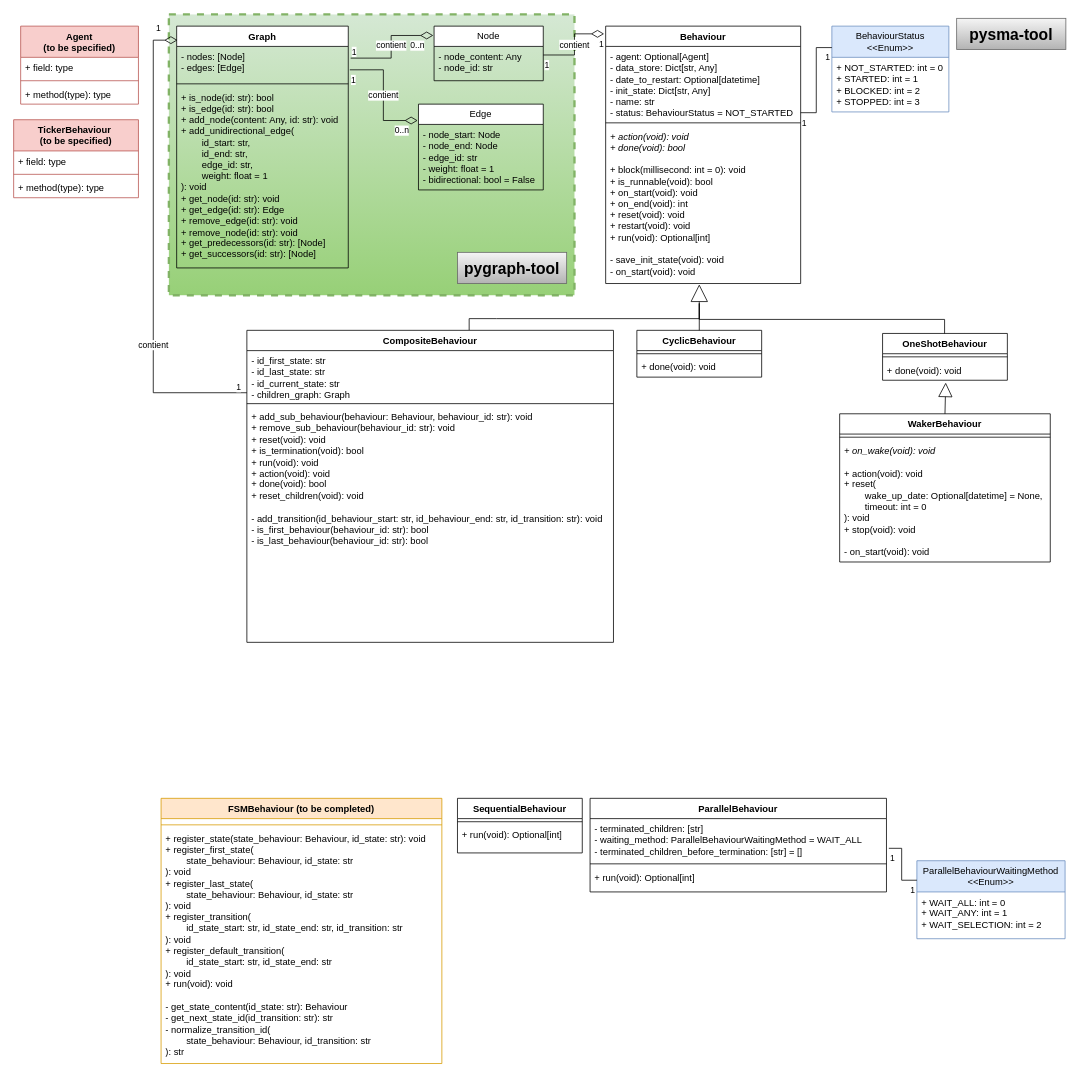
Above: spec_sma.drawio in DevAI-64/pysma-tool (draw.io), before the change. Source tidied: cells renumbered, new cells numbered last; positions are measured from the earlier drawing's top-left corner, leaving out a move shared by most shapes. Both pictures are drawn from the tidied source at 78%, with x=0, y=0 at pixel (13, 14).
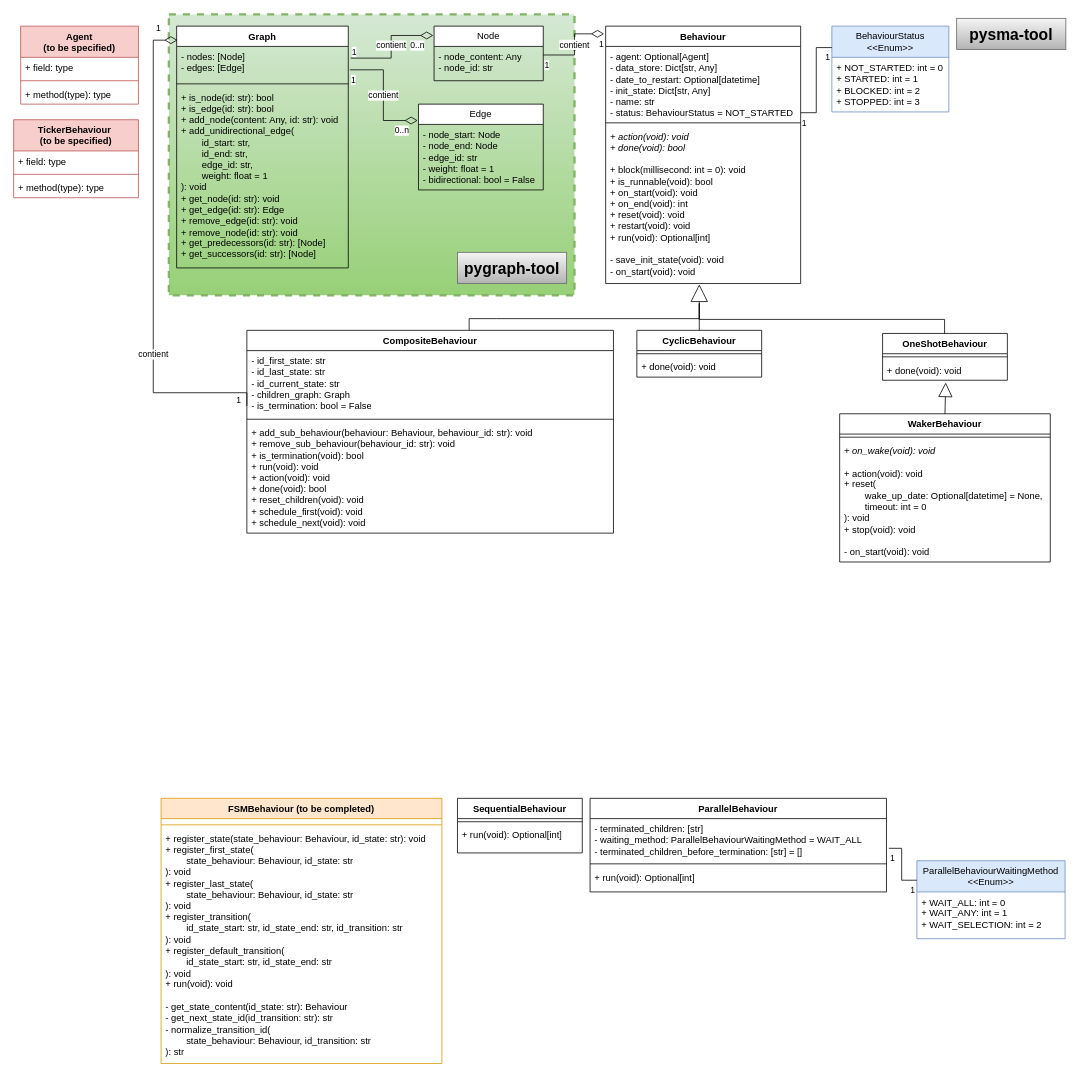
The same page after the edit.

Commit message:
Mettre à jour spec_sma.drawio

Diff of the diagram source:
```diff
@@
     <mxCell id="35" value="CompositeBehaviour" style="swimlane;fontStyle=1;align=center;verticalAlign=top;horizontal=1;startSize=26;whiteSpace=wrap;html=1;rounded=0;" parent="1" vertex="1">
-      <mxGeometry x="299" y="405" width="470" height="400" as="geometry" />
+      <mxGeometry x="299" y="405" width="470" height="260" as="geometry" />
     </mxCell>
-    <mxCell id="36" value="- id_first_state: str&lt;div&gt;- id_last_state: str&lt;/div&gt;&lt;div&gt;- id_current_state: str&lt;/div&gt;&lt;div&gt;- children_graph: Graph&lt;/div&gt;" style="text;strokeColor=none;fillColor=none;align=left;verticalAlign=top;spacingLeft=4;spacingRight=4;overflow=hidden;points=[[0,0.5],[1,0.5]];portConstraint=eastwest;whiteSpace=wrap;html=1;rounded=0;" parent="35" vertex="1">
-      <mxGeometry y="26" width="470" height="64" as="geometry" />
+    <mxCell id="36" value="- id_first_state: str&lt;div&gt;- id_last_state: str&lt;/div&gt;&lt;div&gt;- id_current_state: str&lt;/div&gt;&lt;div&gt;- children_graph: Graph&lt;/div&gt;&lt;div&gt;- is_termination: bool = False&lt;/div&gt;" style="text;strokeColor=none;fillColor=none;align=left;verticalAlign=top;spacingLeft=4;spacingRight=4;overflow=hidden;points=[[0,0.5],[1,0.5]];portConstraint=eastwest;whiteSpace=wrap;html=1;rounded=0;" parent="35" vertex="1">
+      <mxGeometry y="26" width="470" height="84" as="geometry" />
     </mxCell>
     <mxCell id="37" style="line;strokeWidth=1;fillColor=none;align=left;verticalAlign=middle;spacingTop=-1;spacingLeft=3;spacingRight=3;labelPosition=right;strokeColor=inherit;rounded=0;" parent="35" vertex="1">
-      <mxGeometry y="90" width="470" height="8" as="geometry" />
+      <mxGeometry y="110" width="470" height="8" as="geometry" />
     </mxCell>
-    <mxCell id="38" value="&lt;div&gt;&lt;div&gt;+ add_sub_behaviour(&lt;span style=&quot;background-color: initial;&quot;&gt;behaviour: Behaviour,&amp;nbsp;&lt;/span&gt;&lt;span style=&quot;background-color: initial;&quot;&gt;behaviour_id: str&lt;/span&gt;&lt;span style=&quot;background-color: initial;&quot;&gt;): void&lt;/span&gt;&lt;/div&gt;&lt;div&gt;&lt;div&gt;+ remove_sub_behaviour(behaviour_id&lt;span style=&quot;background-color: initial;&quot;&gt;: str&lt;/span&gt;&lt;span style=&quot;background-color: initial;&quot;&gt;): void&lt;/span&gt;&lt;/div&gt;&lt;/div&gt;&lt;/div&gt;&lt;div&gt;+ reset(void): void&lt;/div&gt;&lt;div&gt;+ is_termination(void): bool&lt;br&gt;&lt;div&gt;+ run(void): void&lt;/div&gt;&lt;/div&gt;&lt;div&gt;+ action(void): void&lt;/div&gt;&lt;div&gt;+ done(void): bool&lt;/div&gt;&lt;div&gt;+ reset_children(void): void&lt;/div&gt;&lt;div&gt;&lt;br&gt;&lt;/div&gt;&lt;div&gt;- add_transition(id_behaviour_start: str, id_behaviour_end: str, id_transition: str): void&lt;/div&gt;&lt;div&gt;- is_first_behaviour(behaviour_id: str): bool&lt;/div&gt;&lt;div&gt;- is_last_behaviour(behaviour_id: str): bool&lt;/div&gt;&lt;div&gt;&lt;br&gt;&lt;/div&gt;" style="text;strokeColor=none;fillColor=none;align=left;verticalAlign=top;spacingLeft=4;spacingRight=4;overflow=hidden;whiteSpace=wrap;html=1;rounded=0;" parent="35" vertex="1">
-      <mxGeometry y="98" width="470" height="302" as="geometry" />
+    <mxCell id="38" value="&lt;div&gt;&lt;div&gt;+ add_sub_behaviour(&lt;span style=&quot;background-color: initial;&quot;&gt;behaviour: Behaviour,&amp;nbsp;&lt;/span&gt;&lt;span style=&quot;background-color: initial;&quot;&gt;behaviour_id: str&lt;/span&gt;&lt;span style=&quot;background-color: initial;&quot;&gt;): void&lt;/span&gt;&lt;/div&gt;&lt;div&gt;&lt;div&gt;+ remove_sub_behaviour(behaviour_id&lt;span style=&quot;background-color: initial;&quot;&gt;: str&lt;/span&gt;&lt;span style=&quot;background-color: initial;&quot;&gt;): void&lt;/span&gt;&lt;/div&gt;&lt;/div&gt;&lt;/div&gt;&lt;div&gt;+ is_termination(void): bool&lt;br&gt;&lt;div&gt;+ run(void): void&lt;/div&gt;&lt;/div&gt;&lt;div&gt;+ action(void): void&lt;/div&gt;&lt;div&gt;+ done(void): bool&lt;/div&gt;&lt;div&gt;+ reset_children(void): void&lt;/div&gt;&lt;div&gt;+ schedule_first(void): void&lt;/div&gt;&lt;div&gt;+ schedule_next(void): void&lt;/div&gt;" style="text;strokeColor=none;fillColor=none;align=left;verticalAlign=top;spacingLeft=4;spacingRight=4;overflow=hidden;whiteSpace=wrap;html=1;rounded=0;" parent="35" vertex="1">
+      <mxGeometry y="118" width="470" height="142" as="geometry" />
     </mxCell>
```
